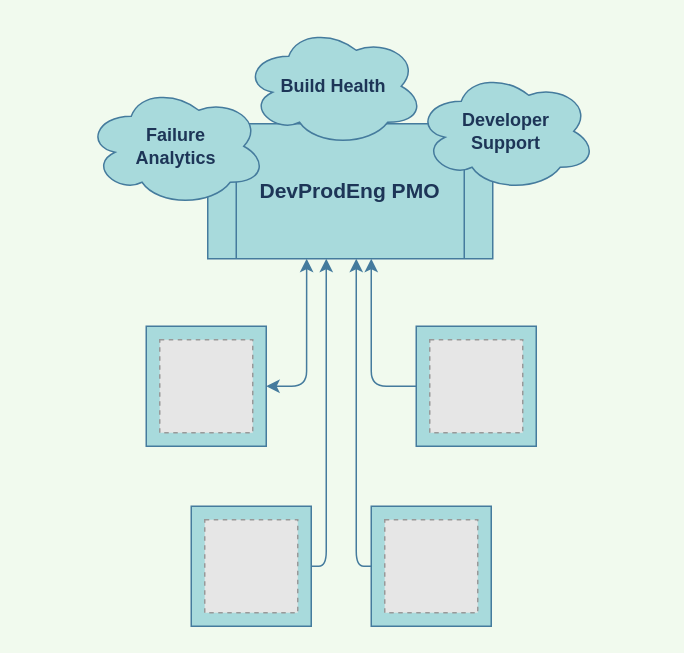
This is inc/Untitled Diagram.drawio from jreock/diagrams, a draw.io file, before an edit. Source tidied: cells renumbered, new cells numbered last; positions are measured from the earlier drawing's top-left corner, leaving out a move shared by most shapes. Both pictures are drawn from the tidied source at 150%, with x=0, y=0 at pixel (86, 26). Pictures stored in the file or linked from it are replaced by grey dashed boxes.
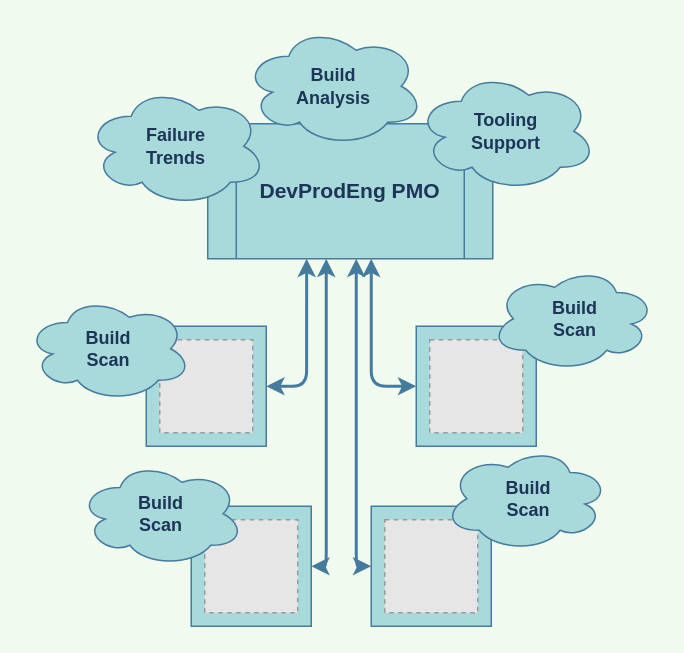
The same diagram, later.

The change refers to these unchanged cells:
```xml
<mxCell id="2" value="&lt;h3&gt;DevProdEng PMO&lt;/h3&gt;" style="shape=process;whiteSpace=wrap;html=1;backgroundOutline=1;rotation=0;fillColor=#A8DADC;strokeColor=#457B9D;fontColor=#1D3557;" parent="1" vertex="1">
  <mxGeometry x="81" y="65" width="190" height="90" as="geometry" />
</mxCell>
<mxCell id="4" style="rounded=0;whiteSpace=wrap;html=1;fillColor=#A8DADC;strokeColor=#457B9D;fontColor=#1D3557;" parent="1" vertex="1">
  <mxGeometry x="40" y="200" width="80" height="80" as="geometry" />
</mxCell>
<mxCell id="7" style="whiteSpace=wrap;html=1;fillColor=#A8DADC;strokeColor=#457B9D;fontColor=#1D3557;" parent="1" vertex="1">
  <mxGeometry x="220" y="200" width="80" height="80" as="geometry" />
</mxCell>
```

What changed in the source:
```diff
@@
-    <mxCell id="3" style="edgeStyle=orthogonalEdgeStyle;curved=0;rounded=1;sketch=0;jettySize=auto;html=1;exitX=1;exitY=0.5;exitDx=0;exitDy=0;entryX=0.347;entryY=1;entryDx=0;entryDy=0;entryPerimeter=0;fontColor=#1D3557;strokeColor=#457B9D;fillColor=#A8DADC;startArrow=classic;startFill=1;" parent="1" edge="1" source="4" target="2">
+    <mxCell id="3" style="edgeStyle=orthogonalEdgeStyle;curved=0;rounded=1;sketch=0;jettySize=auto;html=1;exitX=1;exitY=0.5;exitDx=0;exitDy=0;entryX=0.347;entryY=1;entryDx=0;entryDy=0;entryPerimeter=0;fontColor=#1D3557;strokeColor=#457B9D;fillColor=#A8DADC;startArrow=classic;startFill=1;strokeWidth=2;" parent="1" edge="1" source="4" target="2">
       <mxGeometry relative="1" as="geometry" />
     </mxCell>
@@
-    <mxCell id="6" style="edgeStyle=orthogonalEdgeStyle;curved=0;rounded=1;sketch=0;jettySize=auto;html=1;exitX=0;exitY=0.5;exitDx=0;exitDy=0;fontColor=#1D3557;strokeColor=#457B9D;fillColor=#A8DADC;" parent="1" edge="1" source="7" target="2">
+    <mxCell id="6" style="edgeStyle=orthogonalEdgeStyle;curved=0;rounded=1;sketch=0;jettySize=auto;html=1;exitX=0;exitY=0.5;exitDx=0;exitDy=0;fontColor=#1D3557;strokeColor=#457B9D;fillColor=#A8DADC;startArrow=classic;startFill=1;strokeWidth=2;" parent="1" edge="1" source="7" target="2">
       <mxGeometry relative="1" as="geometry">
         <Array as="points">
           <mxPoint x="190" y="240" />
         </Array>
       </mxGeometry>
     </mxCell>
@@
-    <mxCell id="10" style="edgeStyle=orthogonalEdgeStyle;curved=0;rounded=1;sketch=0;jettySize=auto;html=1;fontColor=#1D3557;strokeColor=#457B9D;fillColor=#A8DADC;" parent="1" edge="1" target="2">
+    <mxCell id="10" style="edgeStyle=orthogonalEdgeStyle;curved=0;rounded=1;sketch=0;jettySize=auto;html=1;fontColor=#1D3557;strokeColor=#457B9D;fillColor=#A8DADC;startArrow=classic;startFill=1;strokeWidth=2;" parent="1" edge="1" target="2">
       <mxGeometry relative="1" as="geometry">
         <mxPoint x="150" y="360" as="sourcePoint" />
         <Array as="points">
           <mxPoint x="160" y="360" />
         </Array>
       </mxGeometry>
     </mxCell>
@@
-    <mxCell id="13" style="edgeStyle=orthogonalEdgeStyle;curved=0;rounded=1;sketch=0;jettySize=auto;html=1;fontColor=#1D3557;strokeColor=#457B9D;fillColor=#A8DADC;" parent="1" edge="1" target="2">
+    <mxCell id="13" style="edgeStyle=orthogonalEdgeStyle;curved=0;rounded=1;sketch=0;jettySize=auto;html=1;fontColor=#1D3557;strokeColor=#457B9D;fillColor=#A8DADC;startArrow=classic;startFill=1;strokeWidth=2;" parent="1" edge="1" target="2">
       <mxGeometry relative="1" as="geometry">
         <mxPoint x="190" y="360" as="sourcePoint" />
         <Array as="points">
           <mxPoint x="180" y="360" />
         </Array>
       </mxGeometry>
     </mxCell>
@@
-    <mxCell id="15" value="&lt;b&gt;Failure&lt;/b&gt;&lt;br&gt;&lt;b&gt;Analytics&lt;/b&gt;" style="ellipse;shape=cloud;whiteSpace=wrap;html=1;rounded=0;sketch=0;fontColor=#1D3557;strokeColor=#457B9D;fillColor=#A8DADC;" parent="1" vertex="1">
+    <mxCell id="15" value="&lt;b&gt;Failure&lt;br&gt;Trends&lt;/b&gt;" style="ellipse;shape=cloud;whiteSpace=wrap;html=1;rounded=0;sketch=0;fontColor=#1D3557;strokeColor=#457B9D;fillColor=#A8DADC;" parent="1" vertex="1">
       <mxGeometry y="40" width="120" height="80" as="geometry" />
     </mxCell>
-    <mxCell id="16" value="&lt;b&gt;Build Health&lt;/b&gt;" style="ellipse;shape=cloud;whiteSpace=wrap;html=1;rounded=0;sketch=0;fontColor=#1D3557;strokeColor=#457B9D;fillColor=#A8DADC;" parent="1" vertex="1">
+    <mxCell id="16" value="&lt;b&gt;Build&lt;br&gt;Analysis&lt;br&gt;&lt;/b&gt;" style="ellipse;shape=cloud;whiteSpace=wrap;html=1;rounded=0;sketch=0;fontColor=#1D3557;strokeColor=#457B9D;fillColor=#A8DADC;" parent="1" vertex="1">
       <mxGeometry x="105" width="120" height="80" as="geometry" />
     </mxCell>
-    <mxCell id="17" value="&lt;b&gt;Developer&lt;br&gt;Support&lt;/b&gt;" style="ellipse;shape=cloud;whiteSpace=wrap;html=1;rounded=0;sketch=0;fontColor=#1D3557;strokeColor=#457B9D;fillColor=#A8DADC;" parent="1" vertex="1">
+    <mxCell id="17" value="&lt;b&gt;Tooling&lt;br&gt;Support&lt;/b&gt;" style="ellipse;shape=cloud;whiteSpace=wrap;html=1;rounded=0;sketch=0;fontColor=#1D3557;strokeColor=#457B9D;fillColor=#A8DADC;" parent="1" vertex="1">
       <mxGeometry x="220" y="30" width="120" height="80" as="geometry" />
     </mxCell>
+    <mxCell id="18" value="&lt;b&gt;Build&lt;br&gt;Scan&lt;/b&gt;" style="ellipse;shape=cloud;whiteSpace=wrap;html=1;rounded=0;sketch=0;fontColor=#1D3557;strokeColor=#457B9D;fillColor=#A8DADC;" parent="1" vertex="1">
+      <mxGeometry x="-40" y="180" width="110" height="70" as="geometry" />
+    </mxCell>
+    <mxCell id="19" value="&lt;b&gt;Build&lt;br&gt;Scan&lt;/b&gt;" style="ellipse;shape=cloud;whiteSpace=wrap;html=1;rounded=0;sketch=0;fontColor=#1D3557;strokeColor=#457B9D;fillColor=#A8DADC;" parent="1" vertex="1">
+      <mxGeometry x="-5" y="290" width="110" height="70" as="geometry" />
+    </mxCell>
+    <mxCell id="20" value="&lt;b&gt;Build&lt;br&gt;Scan&lt;/b&gt;" style="ellipse;shape=cloud;whiteSpace=wrap;html=1;rounded=0;sketch=0;fontColor=#1D3557;strokeColor=#457B9D;fillColor=#A8DADC;flipH=1;" parent="1" vertex="1">
+      <mxGeometry x="271" y="160" width="110" height="70" as="geometry" />
+    </mxCell>
+    <mxCell id="21" value="&lt;b&gt;Build&lt;br&gt;Scan&lt;/b&gt;" style="ellipse;shape=cloud;whiteSpace=wrap;html=1;rounded=0;sketch=0;fontColor=#1D3557;strokeColor=#457B9D;fillColor=#A8DADC;flipH=1;" parent="1" vertex="1">
+      <mxGeometry x="240" y="280" width="110" height="70" as="geometry" />
+    </mxCell>
```
